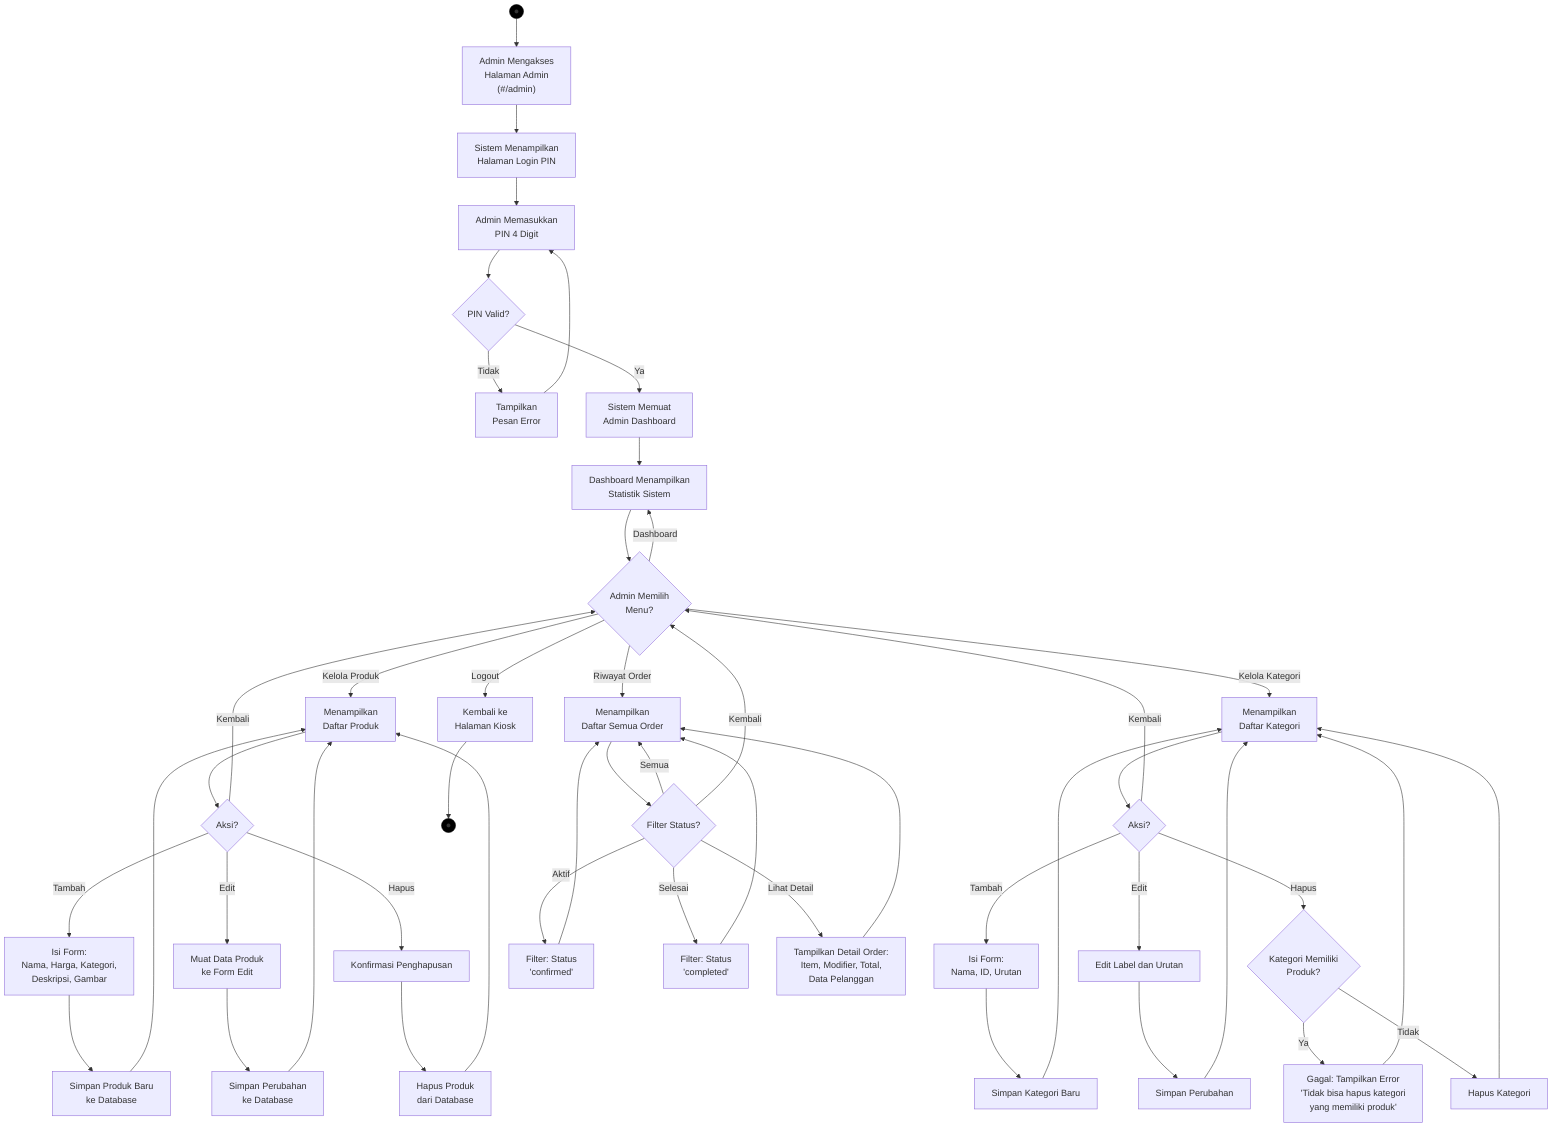
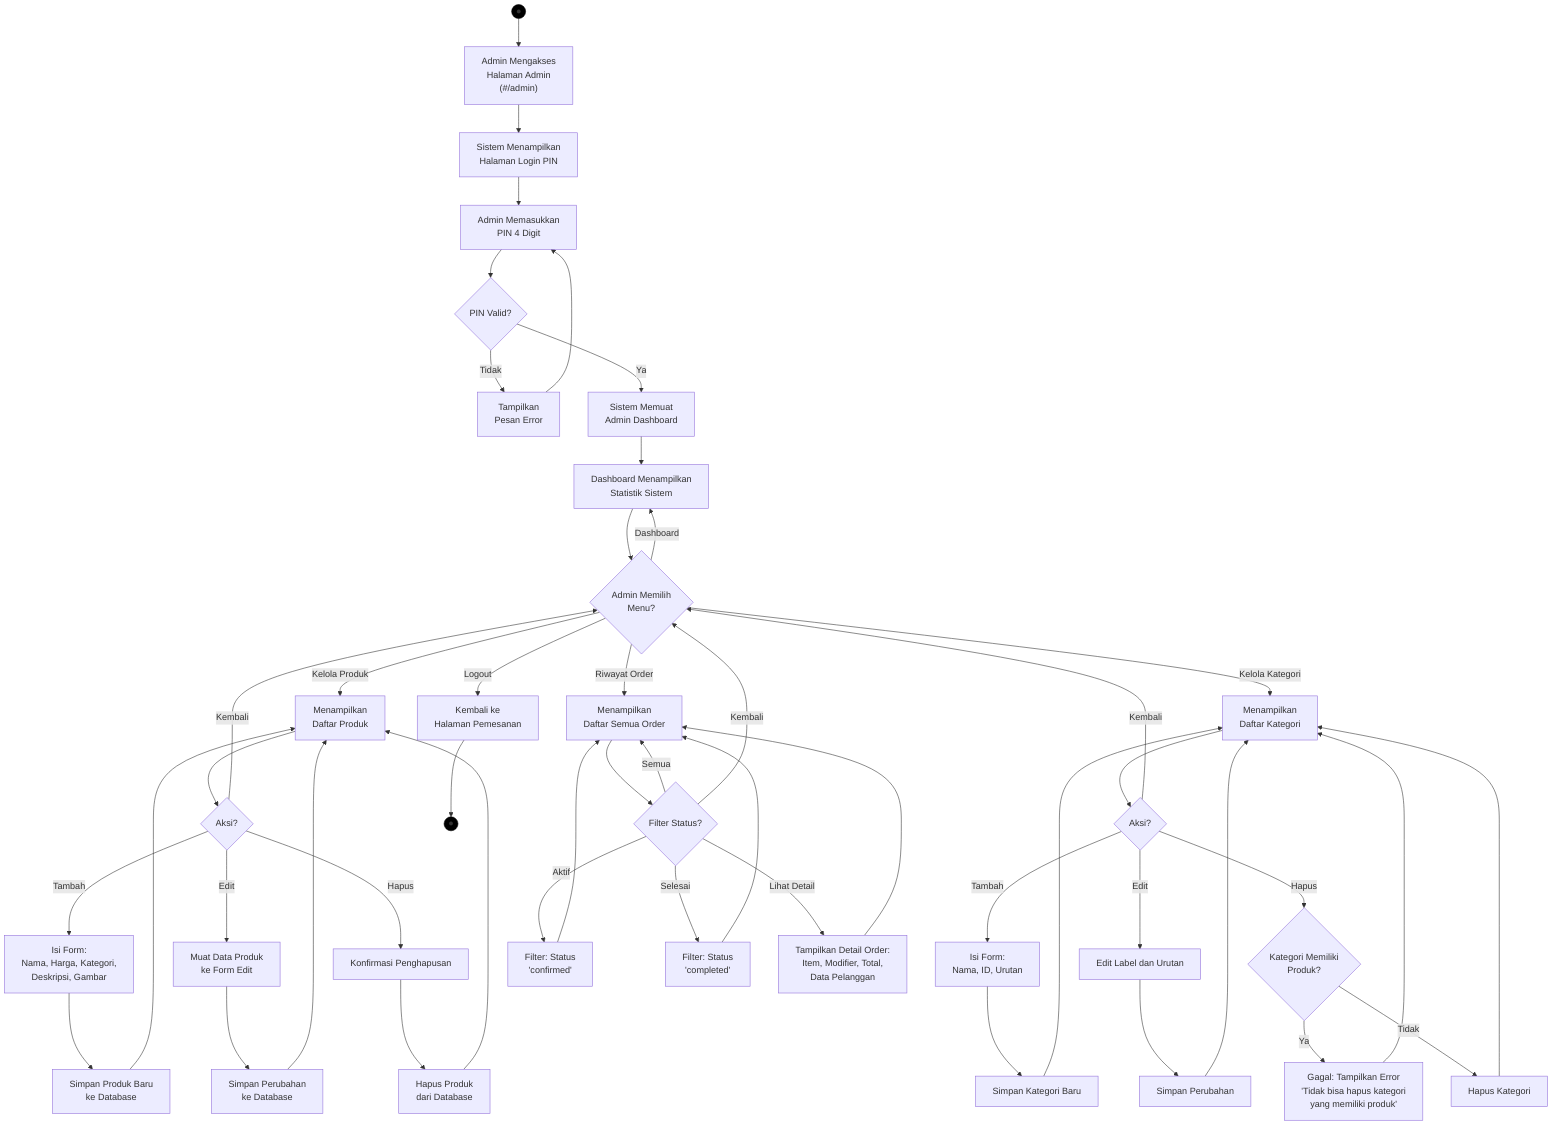
flowchart TD
    Start((●)) --> A["Admin Mengakses\nHalaman Admin\n(#/admin)"]
    A --> B["Sistem Menampilkan\nHalaman Login PIN"]
    B --> C["Admin Memasukkan\nPIN 4 Digit"]
    C --> D{"PIN Valid?"}
    D -->|Tidak| E["Tampilkan\nPesan Error"]
    E --> C
    D -->|Ya| F["Sistem Memuat\nAdmin Dashboard"]
    F --> G["Dashboard Menampilkan\nStatistik Sistem"]
    G --> H{"Admin Memilih\nMenu?"}

    H -->|Dashboard| G

    H -->|Kelola Produk| I["Menampilkan\nDaftar Produk"]
    I --> I2{"Aksi?"}
    I2 -->|Tambah| I3["Isi Form:\nNama, Harga, Kategori,\nDeskripsi, Gambar"]
    I3 --> I4["Simpan Produk Baru\nke Database"]
    I4 --> I
    I2 -->|Edit| I5["Muat Data Produk\nke Form Edit"]
    I5 --> I6["Simpan Perubahan\nke Database"]
    I6 --> I
    I2 -->|Hapus| I7["Konfirmasi Penghapusan"]
    I7 --> I8["Hapus Produk\ndari Database"]
    I8 --> I
    I2 -->|Kembali| H

    H -->|Kelola Kategori| J["Menampilkan\nDaftar Kategori"]
    J --> J2{"Aksi?"}
    J2 -->|Tambah| J3["Isi Form:\nNama, ID, Urutan"]
    J3 --> J4["Simpan Kategori Baru"]
    J4 --> J
    J2 -->|Edit| J5["Edit Label dan Urutan"]
    J5 --> J6["Simpan Perubahan"]
    J6 --> J
    J2 -->|Hapus| J7{"Kategori Memiliki\nProduk?"}
    J7 -->|Ya| J8["Gagal: Tampilkan Error\n'Tidak bisa hapus kategori\nyang memiliki produk'"]
    J8 --> J
    J7 -->|Tidak| J9["Hapus Kategori"]
    J9 --> J
    J2 -->|Kembali| H

    H -->|Riwayat Order| K["Menampilkan\nDaftar Semua Order"]
    K --> K2{"Filter Status?"}
    K2 -->|Semua| K
    K2 -->|Aktif| K3["Filter: Status\n'confirmed'"]
    K3 --> K
    K2 -->|Selesai| K4["Filter: Status\n'completed'"]
    K4 --> K
    K2 -->|Lihat Detail| K5["Tampilkan Detail Order:\nItem, Modifier, Total,\nData Pelanggan"]
    K5 --> K
    K2 -->|Kembali| H

-     H -->|Logout| L["Kembali ke\nHalaman Kiosk"]
+     H -->|Logout| L["Kembali ke\nHalaman Pemesanan"]
    L --> End((●))

    style Start fill:#000,stroke:#000
    style End fill:#000,stroke:#000
